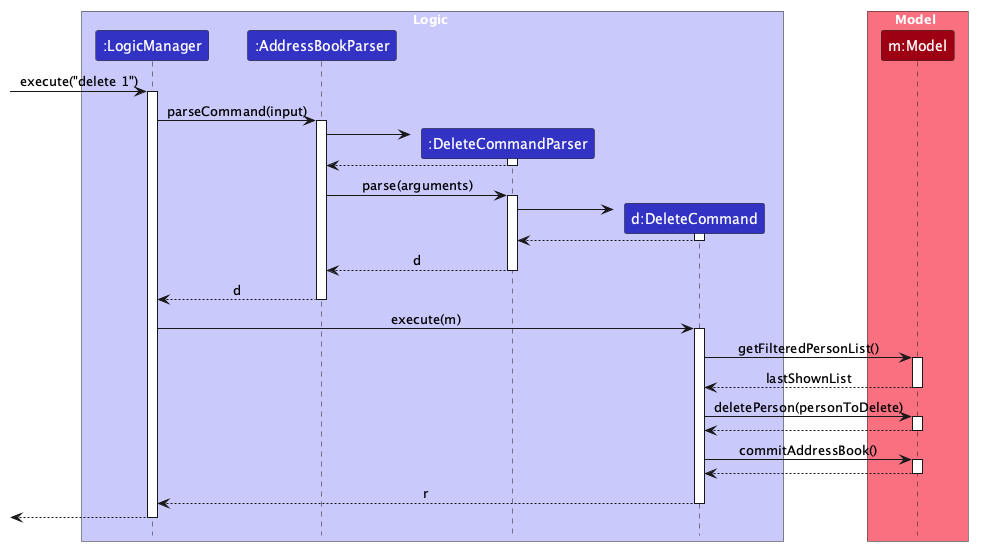
AY2627S1-CS2103T-F11-1/tp keeps this PlantUML diagram as docs/images/DeleteSequenceDiagram.png. Above is the earlier version.
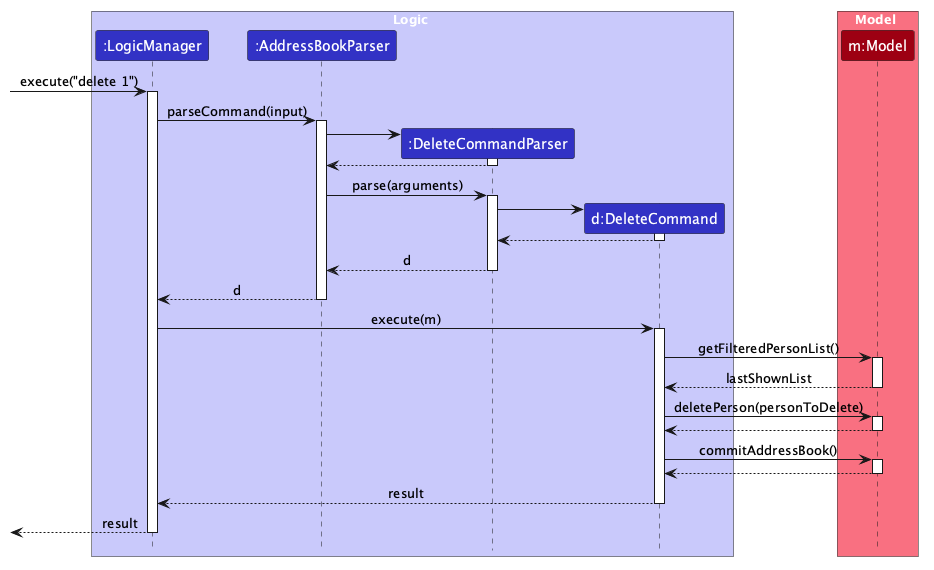
The same diagram one commit later.

The edit, as a diff of the source:
```diff
@@ -65,9 +65,9 @@
 deactivate Model
 
 
-DeleteCommand --> LogicManager : r
+DeleteCommand --> LogicManager : result
 deactivate DeleteCommand
 
-[<--LogicManager
+[<--LogicManager : result
 deactivate LogicManager
 @enduml
```
